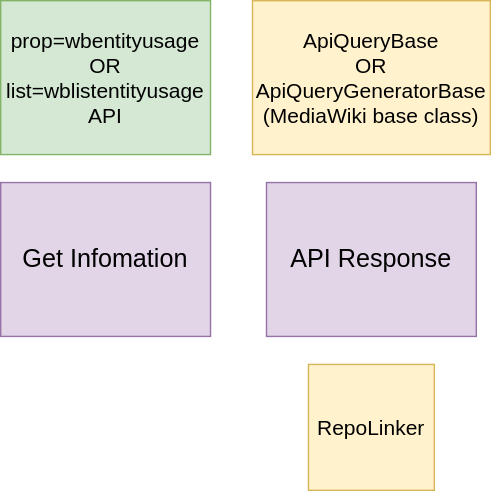
Above: systems/WikibaseClient/diagrams/05-api-entityusage.drawio.svg in wmde/wikidata-wikibase-architecture (draw.io), before the change. Source tidied: cells renumbered, new cells last; positions are measured from the earlier drawing's top-left corner, leaving out a move shared by most shapes. The source it was exported from:
```xml
<mxGraphModel>
  <root>
    <mxCell id="0" />
    <mxCell id="1" parent="0" />
    <mxCell id="2" value="Get Infomation" style="rounded=0;whiteSpace=wrap;html=1;fillColor=#e1d5e7;strokeColor=#9673a6;fontSize=18;fontStyle=0;" parent="1" vertex="1">
      <mxGeometry y="130" width="150" height="110" as="geometry" />
    </mxCell>
    <mxCell id="3" value="&lt;div&gt;RepoLinker&lt;br&gt;&lt;/div&gt;" style="whiteSpace=wrap;html=1;fillColor=#fff2cc;strokeColor=#d6b656;fontSize=15;fontStyle=0;" parent="1" vertex="1">
      <mxGeometry x="220" y="260" width="90" height="90" as="geometry" />
    </mxCell>
    <mxCell id="4" value="&lt;font style=&quot;font-size: 15px&quot;&gt;prop=wbentityusage&lt;br&gt;OR&lt;br&gt;list=wblistentityusage&lt;br&gt;API&lt;/font&gt;" style="rounded=0;whiteSpace=wrap;html=1;fillColor=#d5e8d4;strokeColor=#82b366;" parent="1" vertex="1">
      <mxGeometry width="150" height="110" as="geometry" />
    </mxCell>
    <mxCell id="5" value="&lt;div style=&quot;font-size: 15px&quot;&gt;ApiQueryBase&lt;br&gt;OR&lt;br&gt;ApiQueryGeneratorBase&lt;/div&gt;&lt;div style=&quot;font-size: 15px&quot;&gt;(MediaWiki base class)&lt;/div&gt;" style="rounded=0;whiteSpace=wrap;html=1;fillColor=#fff2cc;strokeColor=#d6b656;" parent="1" vertex="1">
      <mxGeometry x="180" width="170" height="110" as="geometry" />
    </mxCell>
    <mxCell id="6" value="API Response" style="rounded=0;whiteSpace=wrap;html=1;fillColor=#e1d5e7;strokeColor=#9673a6;fontSize=18;fontStyle=0;" parent="1" vertex="1">
      <mxGeometry x="190" y="130" width="150" height="110" as="geometry" />
    </mxCell>
  </root>
</mxGraphModel>
```
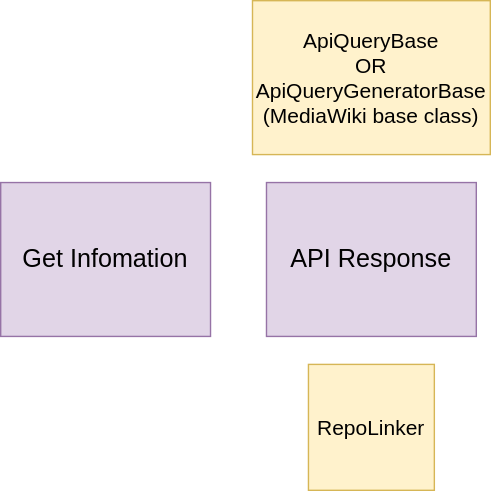
The same diagram one commit later.

The edit, as a diff of the source:
```diff
@@ -8,9 +8,6 @@
     <mxCell id="3" value="&lt;div&gt;RepoLinker&lt;br&gt;&lt;/div&gt;" style="whiteSpace=wrap;html=1;fillColor=#fff2cc;strokeColor=#d6b656;fontSize=15;fontStyle=0;" parent="1" vertex="1">
       <mxGeometry x="220" y="260" width="90" height="90" as="geometry" />
     </mxCell>
-    <mxCell id="4" value="&lt;font style=&quot;font-size: 15px&quot;&gt;prop=wbentityusage&lt;br&gt;OR&lt;br&gt;list=wblistentityusage&lt;br&gt;API&lt;/font&gt;" style="rounded=0;whiteSpace=wrap;html=1;fillColor=#d5e8d4;strokeColor=#82b366;" parent="1" vertex="1">
-      <mxGeometry width="150" height="110" as="geometry" />
-    </mxCell>
     <mxCell id="5" value="&lt;div style=&quot;font-size: 15px&quot;&gt;ApiQueryBase&lt;br&gt;OR&lt;br&gt;ApiQueryGeneratorBase&lt;/div&gt;&lt;div style=&quot;font-size: 15px&quot;&gt;(MediaWiki base class)&lt;/div&gt;" style="rounded=0;whiteSpace=wrap;html=1;fillColor=#fff2cc;strokeColor=#d6b656;" parent="1" vertex="1">
       <mxGeometry x="180" width="170" height="110" as="geometry" />
     </mxCell>
```
